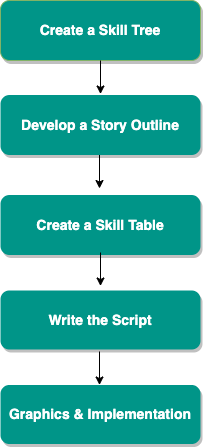
Above: docs/source/images/Lesson_creation_guide.png in audstav/oppiadocstest (draw.io), before the change. Source tidied: cells renumbered, new cells last; positions are measured from the earlier drawing's top-left corner, leaving out a move shared by most shapes. The source it was exported from:
```xml
<mxGraphModel background="#ffffff">
  <root>
    <mxCell id="0" />
    <mxCell id="1" parent="0" />
    <mxCell id="2" value="Create a Skill Tree" style="rounded=1;fillColor=#009588;strokeColor=#82b366;shadow=1;fontStyle=1;fontSize=14;fontColor=#FFFFFF;" parent="1" vertex="1">
      <mxGeometry width="200" height="60" as="geometry" />
    </mxCell>
    <mxCell id="3" value="Develop a Story Outline" style="rounded=1;fillColor=#009588;strokeColor=none;shadow=1;gradientColor=none;fontStyle=1;fontColor=#FFFFFF;fontSize=14;" parent="1" vertex="1">
      <mxGeometry y="94.5" width="200" height="60" as="geometry" />
    </mxCell>
    <mxCell id="4" value="Write the Script" style="rounded=1;fillColor=#009588;strokeColor=none;shadow=1;gradientColor=none;fontStyle=1;fontColor=#FFFFFF;fontSize=14;" parent="1" vertex="1">
      <mxGeometry y="290" width="200" height="59" as="geometry" />
    </mxCell>
    <mxCell id="5" value="Create a Skill Table" style="rounded=1;fillColor=#009588;strokeColor=none;shadow=1;gradientColor=none;fontStyle=1;fontColor=#FFFFFF;fontSize=14;" parent="1" vertex="1">
      <mxGeometry y="194.5" width="200" height="60" as="geometry" />
    </mxCell>
    <mxCell id="6" value="Graphics &amp; Implementation" style="rounded=1;fillColor=#009588;strokeColor=none;shadow=1;gradientColor=none;fontStyle=1;fontColor=#FFFFFF;fontSize=14;" parent="1" vertex="1">
      <mxGeometry y="384.5" width="200" height="59" as="geometry" />
    </mxCell>
    <mxCell id="7" style="edgeStyle=elbowEdgeStyle;rounded=0;orthogonalLoop=1;jettySize=auto;elbow=vertical;html=1;exitX=0.5;exitY=0;exitDx=0;exitDy=0;dashed=1;strokeWidth=2;fontColor=#009588;" parent="1" edge="1">
      <mxGeometry relative="1" as="geometry">
        <mxPoint x="50" y="23" as="sourcePoint" />
        <mxPoint x="50" y="23" as="targetPoint" />
      </mxGeometry>
    </mxCell>
    <mxCell id="8" style="endArrow=classic;html=1;exitX=0.5;exitY=1;exitDx=0;exitDy=0;" parent="1" edge="1" source="2">
      <mxGeometry relative="1" as="geometry">
        <mxPoint x="100" y="93.5" as="targetPoint" />
      </mxGeometry>
    </mxCell>
    <mxCell id="9" style="endArrow=classic;html=1;exitX=0.5;exitY=1;exitDx=0;exitDy=0;" parent="1" edge="1">
      <mxGeometry relative="1" as="geometry">
        <mxPoint x="99" y="154.5" as="sourcePoint" />
        <mxPoint x="99" y="188" as="targetPoint" />
      </mxGeometry>
    </mxCell>
    <mxCell id="10" style="endArrow=classic;html=1;exitX=0.5;exitY=1;exitDx=0;exitDy=0;" parent="1" edge="1">
      <mxGeometry relative="1" as="geometry">
        <mxPoint x="100" y="252" as="sourcePoint" />
        <mxPoint x="100" y="285.5" as="targetPoint" />
      </mxGeometry>
    </mxCell>
    <mxCell id="11" style="endArrow=classic;html=1;exitX=0.5;exitY=1;exitDx=0;exitDy=0;" parent="1" edge="1">
      <mxGeometry relative="1" as="geometry">
        <mxPoint x="99" y="351" as="sourcePoint" />
        <mxPoint x="99" y="384.5" as="targetPoint" />
      </mxGeometry>
    </mxCell>
  </root>
</mxGraphModel>
```
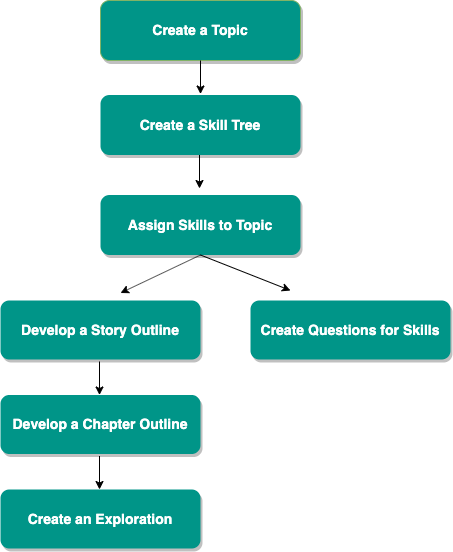
Later version of the same file.

Commit message:
Modified lesson guide

What changed in the source:
```diff
@@ -2,20 +2,20 @@
   <root>
     <mxCell id="0" />
     <mxCell id="1" parent="0" />
-    <mxCell id="2" value="Create a Skill Tree" style="rounded=1;fillColor=#009588;strokeColor=#82b366;shadow=1;fontStyle=1;fontSize=14;fontColor=#FFFFFF;" parent="1" vertex="1">
+    <mxCell id="2" value="Create a Topic" style="rounded=1;fillColor=#009588;strokeColor=#82b366;shadow=1;fontStyle=1;fontSize=14;fontColor=#FFFFFF;" parent="1" vertex="1">
       <mxGeometry width="200" height="60" as="geometry" />
     </mxCell>
-    <mxCell id="3" value="Develop a Story Outline" style="rounded=1;fillColor=#009588;strokeColor=none;shadow=1;gradientColor=none;fontStyle=1;fontColor=#FFFFFF;fontSize=14;" parent="1" vertex="1">
+    <mxCell id="3" value="Create a Skill Tree" style="rounded=1;fillColor=#009588;strokeColor=none;shadow=1;gradientColor=none;fontStyle=1;fontColor=#FFFFFF;fontSize=14;" parent="1" vertex="1">
       <mxGeometry y="94.5" width="200" height="60" as="geometry" />
     </mxCell>
-    <mxCell id="4" value="Write the Script" style="rounded=1;fillColor=#009588;strokeColor=none;shadow=1;gradientColor=none;fontStyle=1;fontColor=#FFFFFF;fontSize=14;" parent="1" vertex="1">
-      <mxGeometry y="290" width="200" height="59" as="geometry" />
+    <mxCell id="4" value="Develop a Story Outline" style="rounded=1;fillColor=#009588;strokeColor=none;shadow=1;gradientColor=none;fontStyle=1;fontColor=#FFFFFF;fontSize=14;" parent="1" vertex="1">
+      <mxGeometry x="-100" y="300" width="200" height="59" as="geometry" />
     </mxCell>
-    <mxCell id="5" value="Create a Skill Table" style="rounded=1;fillColor=#009588;strokeColor=none;shadow=1;gradientColor=none;fontStyle=1;fontColor=#FFFFFF;fontSize=14;" parent="1" vertex="1">
+    <mxCell id="5" value="Assign Skills to Topic" style="rounded=1;fillColor=#009588;strokeColor=none;shadow=1;gradientColor=none;fontStyle=1;fontColor=#FFFFFF;fontSize=14;" parent="1" vertex="1">
       <mxGeometry y="194.5" width="200" height="60" as="geometry" />
     </mxCell>
-    <mxCell id="6" value="Graphics &amp; Implementation" style="rounded=1;fillColor=#009588;strokeColor=none;shadow=1;gradientColor=none;fontStyle=1;fontColor=#FFFFFF;fontSize=14;" parent="1" vertex="1">
-      <mxGeometry y="384.5" width="200" height="59" as="geometry" />
+    <mxCell id="6" value="Develop a Chapter Outline" style="rounded=1;fillColor=#009588;strokeColor=none;shadow=1;gradientColor=none;fontStyle=1;fontColor=#FFFFFF;fontSize=14;" parent="1" vertex="1">
+      <mxGeometry x="-100" y="394.5" width="200" height="59" as="geometry" />
     </mxCell>
     <mxCell id="7" style="edgeStyle=elbowEdgeStyle;rounded=0;orthogonalLoop=1;jettySize=auto;elbow=vertical;html=1;exitX=0.5;exitY=0;exitDx=0;exitDy=0;dashed=1;strokeWidth=2;fontColor=#009588;" parent="1" edge="1">
       <mxGeometry relative="1" as="geometry">
@@ -34,17 +34,33 @@
         <mxPoint x="99" y="188" as="targetPoint" />
       </mxGeometry>
     </mxCell>
-    <mxCell id="10" style="endArrow=classic;html=1;exitX=0.5;exitY=1;exitDx=0;exitDy=0;" parent="1" edge="1">
+    <mxCell id="10" style="endArrow=classic;html=1;exitX=0.5;exitY=1;exitDx=0;exitDy=0;" parent="1" edge="1" source="5">
       <mxGeometry relative="1" as="geometry">
-        <mxPoint x="100" y="252" as="sourcePoint" />
-        <mxPoint x="100" y="285.5" as="targetPoint" />
+        <mxPoint x="20" y="292.5" as="targetPoint" />
       </mxGeometry>
     </mxCell>
     <mxCell id="11" style="endArrow=classic;html=1;exitX=0.5;exitY=1;exitDx=0;exitDy=0;" parent="1" edge="1">
       <mxGeometry relative="1" as="geometry">
-        <mxPoint x="99" y="351" as="sourcePoint" />
-        <mxPoint x="99" y="384.5" as="targetPoint" />
+        <mxPoint x="-1" y="361" as="sourcePoint" />
+        <mxPoint x="-1" y="394.5" as="targetPoint" />
       </mxGeometry>
     </mxCell>
+    <mxCell id="12" value="Create an Exploration" style="rounded=1;fillColor=#009588;strokeColor=none;shadow=1;gradientColor=none;fontStyle=1;fontColor=#FFFFFF;fontSize=14;" parent="1" vertex="1">
+      <mxGeometry x="-100" y="489" width="200" height="59" as="geometry" />
+    </mxCell>
+    <mxCell id="13" style="endArrow=classic;html=1;exitX=0.5;exitY=1;exitDx=0;exitDy=0;" parent="1" edge="1">
+      <mxGeometry relative="1" as="geometry">
+        <mxPoint x="-1" y="455.5" as="sourcePoint" />
+        <mxPoint x="-1" y="489" as="targetPoint" />
+      </mxGeometry>
+    </mxCell>
+    <mxCell id="14" value="Create Questions for Skills" style="rounded=1;fillColor=#009588;strokeColor=none;shadow=1;gradientColor=none;fontStyle=1;fontColor=#FFFFFF;fontSize=14;" parent="1" vertex="1">
+      <mxGeometry x="150" y="300" width="200" height="59" as="geometry" />
+    </mxCell>
+    <mxCell id="15" style="endArrow=classic;html=1;exitX=0.5;exitY=1;exitDx=0;exitDy=0;" parent="1" edge="1" source="5">
+      <mxGeometry relative="1" as="geometry">
+        <mxPoint x="190" y="290" as="targetPoint" />
+      </mxGeometry>
+    </mxCell>
   </root>
 </mxGraphModel>
```
